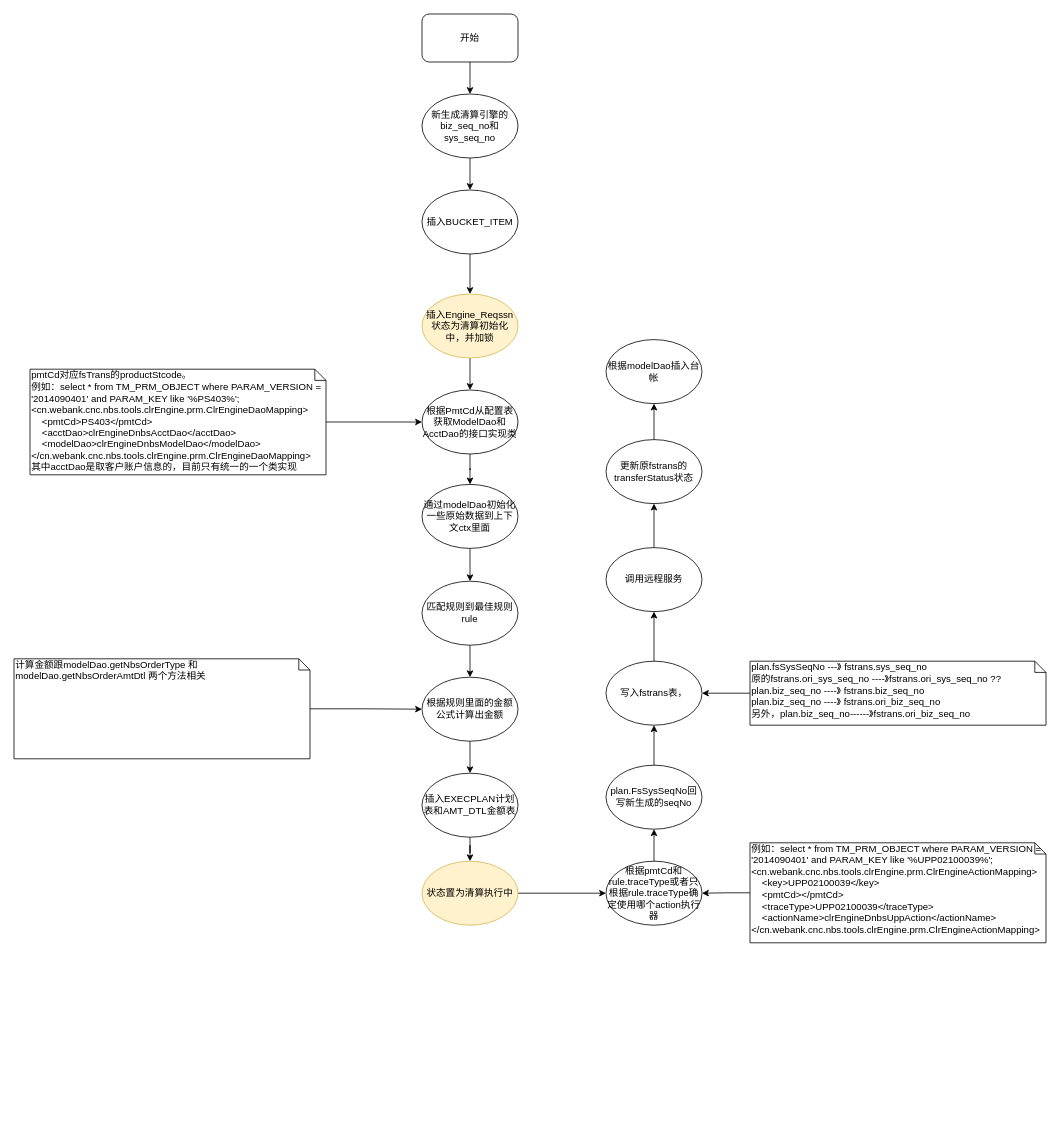
This is 清算引擎.drawio from staconfree/design, a draw.io file, before an edit. Source tidied: cells renumbered, new cells numbered last; positions are measured from the earlier drawing's top-left corner, leaving out a move shared by most shapes. Both pictures are drawn from the tidied source at 80%, with x=0, y=0 at pixel (14, 14).
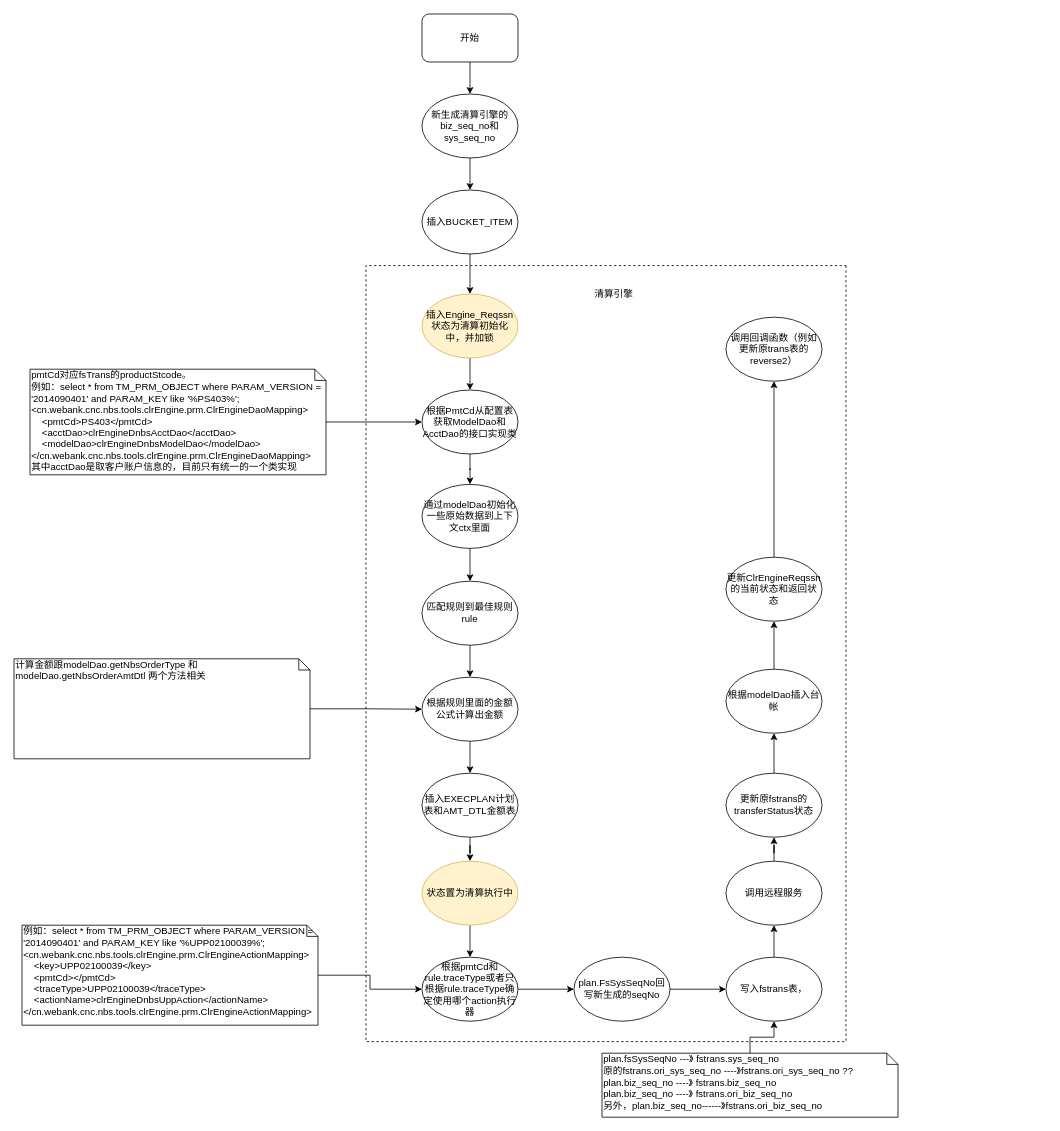
The same diagram, later.

Commit message:
更新清算引擎.drawio

The edit, as a diff of the source:
```diff
@@
     <mxCell id="25" value="根据pmtCd和rule.traceType或者只根据rule.traceType确定使用哪个action执行器" style="ellipse;whiteSpace=wrap;html=1;" parent="1" vertex="1">
-      <mxGeometry x="740" y="1059" width="120" height="80" as="geometry" />
+      <mxGeometry x="510" y="1179" width="120" height="80" as="geometry" />
     </mxCell>
@@
     <mxCell id="27" value="例如：select * from TM_PRM_OBJECT where PARAM_VERSION = '2014090401' and PARAM_KEY like '%UPP02100039%';&lt;br&gt;&amp;lt;cn.webank.cnc.nbs.tools.clrEngine.prm.ClrEngineActionMapping&amp;gt;&lt;br&gt;&amp;nbsp;&amp;nbsp;&amp;nbsp; &amp;lt;key&amp;gt;UPP02100039&amp;lt;/key&amp;gt;&lt;br&gt;&amp;nbsp;&amp;nbsp;&amp;nbsp; &amp;lt;pmtCd&amp;gt;&amp;lt;/pmtCd&amp;gt;&lt;br&gt;&amp;nbsp;&amp;nbsp;&amp;nbsp; &amp;lt;traceType&amp;gt;UPP02100039&amp;lt;/traceType&amp;gt;&lt;br&gt;&amp;nbsp;&amp;nbsp;&amp;nbsp; &amp;lt;actionName&amp;gt;clrEngineDnbsUppAction&amp;lt;/actionName&amp;gt;&lt;br&gt;&amp;lt;/cn.webank.cnc.nbs.tools.clrEngine.prm.ClrEngineActionMapping&amp;gt;" style="shape=note;whiteSpace=wrap;html=1;size=14;verticalAlign=top;align=left;spacingTop=-6;" parent="1" vertex="1">
-      <mxGeometry x="920" y="1036" width="370" height="125" as="geometry" />
+      <mxGeometry x="10" y="1139" width="370" height="125" as="geometry" />
     </mxCell>
@@
     <mxCell id="29" value="plan.FsSysSeqNo回写新生成的seqNo" style="ellipse;whiteSpace=wrap;html=1;" parent="1" vertex="1">
-      <mxGeometry x="740" y="939" width="120" height="80" as="geometry" />
+      <mxGeometry x="700" y="1179" width="120" height="80" as="geometry" />
     </mxCell>
@@
     <mxCell id="31" value="写入fstrans表，" style="ellipse;whiteSpace=wrap;html=1;" parent="1" vertex="1">
-      <mxGeometry x="740" y="809" width="120" height="80" as="geometry" />
+      <mxGeometry x="890" y="1179" width="120" height="80" as="geometry" />
     </mxCell>
@@
     <mxCell id="33" value="&lt;div&gt;plan.fsSysSeqNo ---》 fstrans.sys_seq_no&lt;/div&gt;&lt;div&gt;原的fstrans.ori_sys_seq_no ----》fstrans.ori_sys_seq_no ??&lt;br&gt;&lt;/div&gt;&lt;div&gt;plan.biz_seq_no ----》 fstrans.biz_seq_no&lt;/div&gt;&lt;div&gt;plan.biz_seq_no ----》 fstrans.ori_biz_seq_no&lt;/div&gt;&lt;div&gt;另外，plan.biz_seq_no------》fstrans.ori_biz_seq_no&lt;br&gt;&lt;/div&gt;" style="shape=note;whiteSpace=wrap;html=1;size=14;verticalAlign=top;align=left;spacingTop=-6;" parent="1" vertex="1">
-      <mxGeometry x="920" y="809" width="370" height="80" as="geometry" />
+      <mxGeometry x="735" y="1299" width="370" height="80" as="geometry" />
     </mxCell>
@@
     <mxCell id="35" value="调用远程服务" style="ellipse;whiteSpace=wrap;html=1;" parent="1" vertex="1">
-      <mxGeometry x="740" y="667" width="120" height="80" as="geometry" />
+      <mxGeometry x="890" y="1059" width="120" height="80" as="geometry" />
     </mxCell>
@@
     <mxCell id="37" value="更新原fstrans的transferStatus状态" style="ellipse;whiteSpace=wrap;html=1;" parent="1" vertex="1">
-      <mxGeometry x="740" y="532" width="120" height="80" as="geometry" />
+      <mxGeometry x="890" y="949" width="120" height="80" as="geometry" />
     </mxCell>
+    <mxCell id="41" style="edgeStyle=orthogonalEdgeStyle;rounded=0;jettySize=auto;html=1;" parent="1" edge="1" source="38" target="43">
+      <mxGeometry relative="1" as="geometry" />
+    </mxCell>
     <mxCell id="38" value="根据modelDao插入台帐" style="ellipse;whiteSpace=wrap;html=1;" parent="1" vertex="1">
-      <mxGeometry x="740" y="407" width="120" height="80" as="geometry" />
+      <mxGeometry x="890" y="819" width="120" height="80" as="geometry" />
     </mxCell>
@@
+    <mxCell id="42" style="edgeStyle=orthogonalEdgeStyle;rounded=0;jettySize=auto;html=1;" parent="1" edge="1" source="43" target="44">
+      <mxGeometry relative="1" as="geometry" />
+    </mxCell>
+    <mxCell id="43" value="&lt;div&gt;更新ClrEngineReqssn的当前状态和返回状态&lt;/div&gt;" style="ellipse;whiteSpace=wrap;html=1;" parent="1" vertex="1">
+      <mxGeometry x="890" y="679" width="120" height="80" as="geometry" />
+    </mxCell>
+    <mxCell id="44" value="调用回调函数（例如更新原trans表的reverse2）" style="ellipse;whiteSpace=wrap;html=1;" parent="1" vertex="1">
+      <mxGeometry x="890" y="379" width="120" height="80" as="geometry" />
+    </mxCell>
+    <mxCell id="45" style="rounded=0;whiteSpace=wrap;html=1;dashed=1;fillColor=none;direction=south;" parent="1" vertex="1">
+      <mxGeometry x="440" y="314.5" width="600" height="970" as="geometry" />
+    </mxCell>
+    <mxCell id="46" value="&lt;div&gt;清算引擎&lt;/div&gt;" style="text;html=1;strokeColor=none;fillColor=none;align=center;verticalAlign=middle;whiteSpace=wrap;rounded=0;dashed=1;" parent="1" vertex="1">
+      <mxGeometry x="710" y="325" width="80" height="50" as="geometry" />
+    </mxCell>
```
